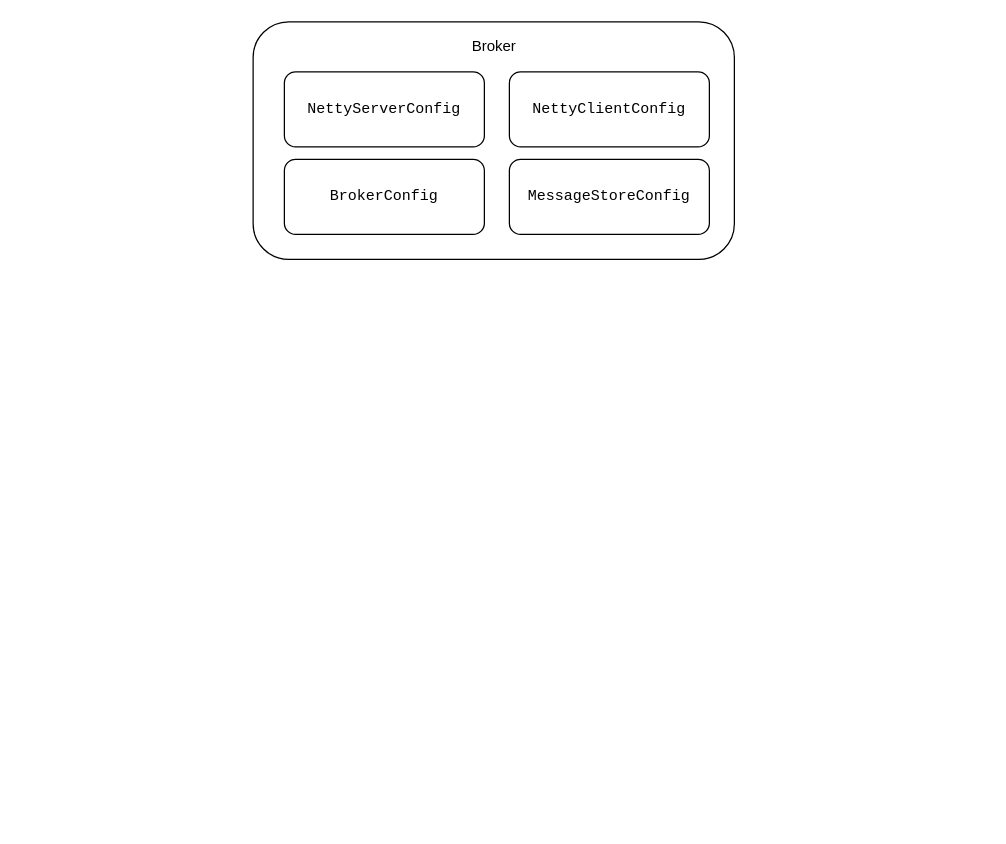
Before: rocketmq/broker各种组件的作用.drawio in erlieStar/diagrams, a draw.io diagram. Source tidied: cells renumbered, new cells numbered last; positions are measured from the earlier drawing's top-left corner, leaving out a move shared by most shapes. Both pictures are drawn from the tidied source at 125%, with x=0, y=0 at pixel (252, 21).
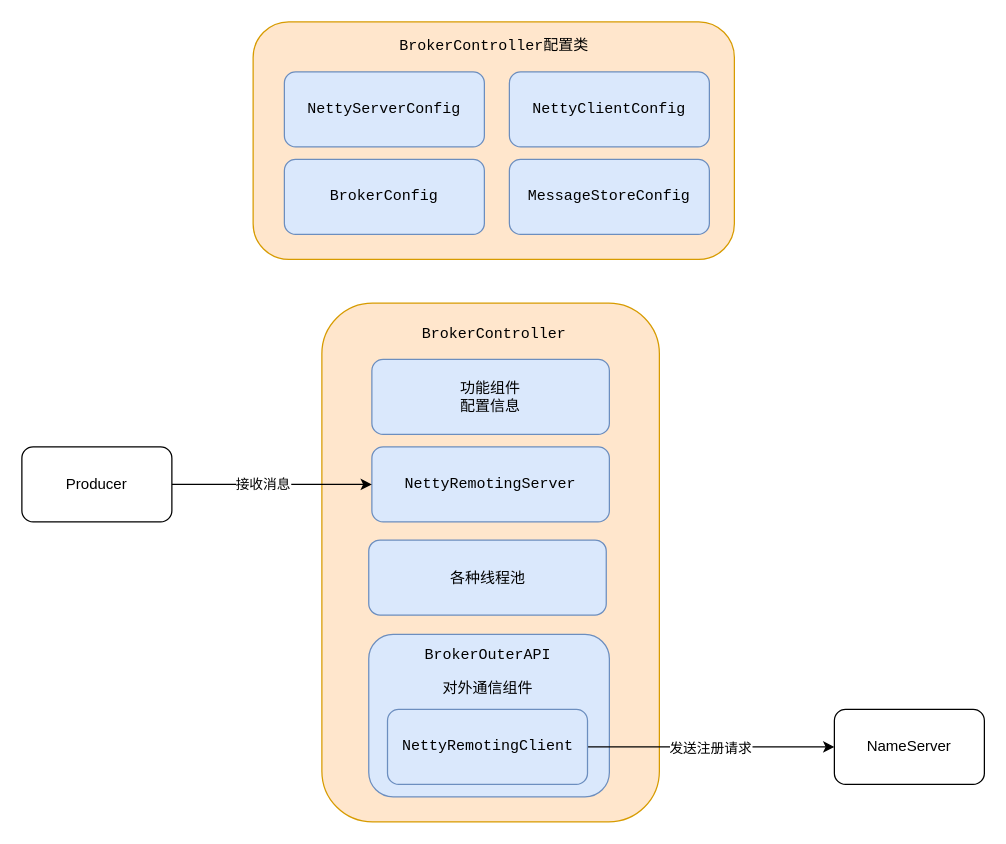
The same diagram, later.

Commit message:
Update broker各种组件的作用.drawio

Change to the diagram source:
```diff
@@
-    <mxCell id="2" style="rounded=1;whiteSpace=wrap;html=1;" parent="1" vertex="1">
+    <mxCell id="2" style="rounded=1;whiteSpace=wrap;html=1;fillColor=#ffe6cc;strokeColor=#d79b00;" parent="1" vertex="1">
       <mxGeometry width="385" height="190" as="geometry" />
     </mxCell>
-    <mxCell id="3" value="Broker" style="text;html=1;strokeColor=none;fillColor=none;align=center;verticalAlign=middle;whiteSpace=wrap;rounded=0;" parent="1" vertex="1">
+    <mxCell id="3" value="&lt;pre&gt;BrokerController配置类&lt;/pre&gt;" style="text;html=1;strokeColor=none;fillColor=none;align=center;verticalAlign=middle;whiteSpace=wrap;rounded=0;" parent="1" vertex="1">
       <mxGeometry x="172.5" y="10" width="40" height="20" as="geometry" />
     </mxCell>
-    <mxCell id="4" value="&lt;pre&gt;NettyServerConfig&lt;/pre&gt;" style="rounded=1;whiteSpace=wrap;html=1;" parent="1" vertex="1">
+    <mxCell id="4" value="&lt;pre&gt;NettyServerConfig&lt;/pre&gt;" style="rounded=1;whiteSpace=wrap;html=1;fillColor=#dae8fc;strokeColor=#6c8ebf;" parent="1" vertex="1">
       <mxGeometry x="25" y="40" width="160" height="60" as="geometry" />
     </mxCell>
-    <mxCell id="5" value="&lt;pre&gt;&lt;pre&gt;NettyClientConfig&lt;/pre&gt;&lt;/pre&gt;" style="rounded=1;whiteSpace=wrap;html=1;" parent="1" vertex="1">
+    <mxCell id="5" value="&lt;pre&gt;&lt;pre&gt;NettyClientConfig&lt;/pre&gt;&lt;/pre&gt;" style="rounded=1;whiteSpace=wrap;html=1;fillColor=#dae8fc;strokeColor=#6c8ebf;" parent="1" vertex="1">
       <mxGeometry x="205" y="40" width="160" height="60" as="geometry" />
     </mxCell>
-    <mxCell id="6" value="&lt;pre&gt;&lt;pre&gt;BrokerConfig&lt;/pre&gt;&lt;/pre&gt;" style="rounded=1;whiteSpace=wrap;html=1;" parent="1" vertex="1">
+    <mxCell id="6" value="&lt;pre&gt;&lt;pre&gt;BrokerConfig&lt;/pre&gt;&lt;/pre&gt;" style="rounded=1;whiteSpace=wrap;html=1;fillColor=#dae8fc;strokeColor=#6c8ebf;" parent="1" vertex="1">
       <mxGeometry x="25" y="110" width="160" height="60" as="geometry" />
     </mxCell>
-    <mxCell id="7" value="&lt;pre&gt;&lt;pre&gt;&lt;pre&gt;MessageStoreConfig&lt;/pre&gt;&lt;/pre&gt;&lt;/pre&gt;" style="rounded=1;whiteSpace=wrap;html=1;" parent="1" vertex="1">
+    <mxCell id="7" value="&lt;pre&gt;&lt;pre&gt;&lt;pre&gt;MessageStoreConfig&lt;/pre&gt;&lt;/pre&gt;&lt;/pre&gt;" style="rounded=1;whiteSpace=wrap;html=1;fillColor=#dae8fc;strokeColor=#6c8ebf;" parent="1" vertex="1">
       <mxGeometry x="205" y="110" width="160" height="60" as="geometry" />
     </mxCell>
+    <mxCell id="8" style="rounded=1;whiteSpace=wrap;html=1;fillColor=#ffe6cc;strokeColor=#d79b00;" parent="1" vertex="1">
+      <mxGeometry x="55" y="225" width="270" height="415" as="geometry" />
+    </mxCell>
+    <mxCell id="9" value="&lt;pre&gt;BrokerController&lt;/pre&gt;" style="text;html=1;strokeColor=none;fillColor=none;align=center;verticalAlign=middle;whiteSpace=wrap;rounded=0;" parent="1" vertex="1">
+      <mxGeometry x="172.5" y="240" width="40" height="20" as="geometry" />
+    </mxCell>
+    <mxCell id="10" value="功能组件&lt;br&gt;配置信息" style="rounded=1;whiteSpace=wrap;html=1;fillColor=#dae8fc;strokeColor=#6c8ebf;" parent="1" vertex="1">
+      <mxGeometry x="95" y="270" width="190" height="60" as="geometry" />
+    </mxCell>
+    <mxCell id="11" value="&lt;pre&gt;NettyRemotingServer&lt;/pre&gt;" style="rounded=1;whiteSpace=wrap;html=1;fillColor=#dae8fc;strokeColor=#6c8ebf;" parent="1" vertex="1">
+      <mxGeometry x="95" y="340" width="190" height="60" as="geometry" />
+    </mxCell>
+    <mxCell id="12" value="&lt;pre&gt;&lt;pre&gt;&lt;br&gt;&lt;/pre&gt;&lt;/pre&gt;" style="rounded=1;whiteSpace=wrap;html=1;fillColor=#dae8fc;strokeColor=#6c8ebf;" parent="1" vertex="1">
+      <mxGeometry x="92.5" y="490" width="192.5" height="130" as="geometry" />
+    </mxCell>
+    <mxCell id="13" style="edgeStyle=orthogonalEdgeStyle;rounded=0;jettySize=auto;html=1;exitX=1;exitY=0.5;exitDx=0;exitDy=0;entryX=0;entryY=0.5;entryDx=0;entryDy=0;" parent="1" edge="1" source="15" target="18">
+      <mxGeometry relative="1" as="geometry" />
+    </mxCell>
+    <mxCell id="14" value="发送注册请求" style="edgeLabel;html=1;align=center;verticalAlign=middle;" parent="13" vertex="1">
+      <mxGeometry x="-0.02" relative="1" as="geometry">
+        <mxPoint x="1" as="offset" />
+      </mxGeometry>
+    </mxCell>
+    <mxCell id="15" value="&lt;pre&gt;&lt;pre&gt;NettyRemotingClient&lt;/pre&gt;&lt;/pre&gt;" style="rounded=1;whiteSpace=wrap;html=1;fillColor=#dae8fc;strokeColor=#6c8ebf;" parent="1" vertex="1">
+      <mxGeometry x="107.5" y="550" width="160" height="60" as="geometry" />
+    </mxCell>
+    <mxCell id="16" value="各种线程池" style="rounded=1;whiteSpace=wrap;html=1;fillColor=#dae8fc;strokeColor=#6c8ebf;" parent="1" vertex="1">
+      <mxGeometry x="92.5" y="414.5" width="190" height="60" as="geometry" />
+    </mxCell>
+    <mxCell id="17" value="&lt;pre&gt;BrokerOuterAPI&lt;/pre&gt;&lt;pre&gt;对外通信组件&lt;/pre&gt;" style="text;html=1;strokeColor=none;fillColor=none;align=center;verticalAlign=middle;whiteSpace=wrap;rounded=0;" parent="1" vertex="1">
+      <mxGeometry x="122.5" y="510" width="130" height="20" as="geometry" />
+    </mxCell>
+    <mxCell id="18" value="NameServer" style="rounded=1;whiteSpace=wrap;html=1;" parent="1" vertex="1">
+      <mxGeometry x="465" y="550" width="120" height="60" as="geometry" />
+    </mxCell>
+    <mxCell id="19" style="edgeStyle=orthogonalEdgeStyle;rounded=0;jettySize=auto;html=1;exitX=1;exitY=0.5;exitDx=0;exitDy=0;entryX=0;entryY=0.5;entryDx=0;entryDy=0;" parent="1" edge="1" source="21" target="11">
+      <mxGeometry relative="1" as="geometry" />
+    </mxCell>
+    <mxCell id="20" value="接收消息" style="edgeLabel;html=1;align=center;verticalAlign=middle;" parent="19" vertex="1">
+      <mxGeometry x="-0.1" y="1" relative="1" as="geometry" />
+    </mxCell>
+    <mxCell id="21" value="Producer" style="rounded=1;whiteSpace=wrap;html=1;" parent="1" vertex="1">
+      <mxGeometry x="-185" y="340" width="120" height="60" as="geometry" />
+    </mxCell>
```
